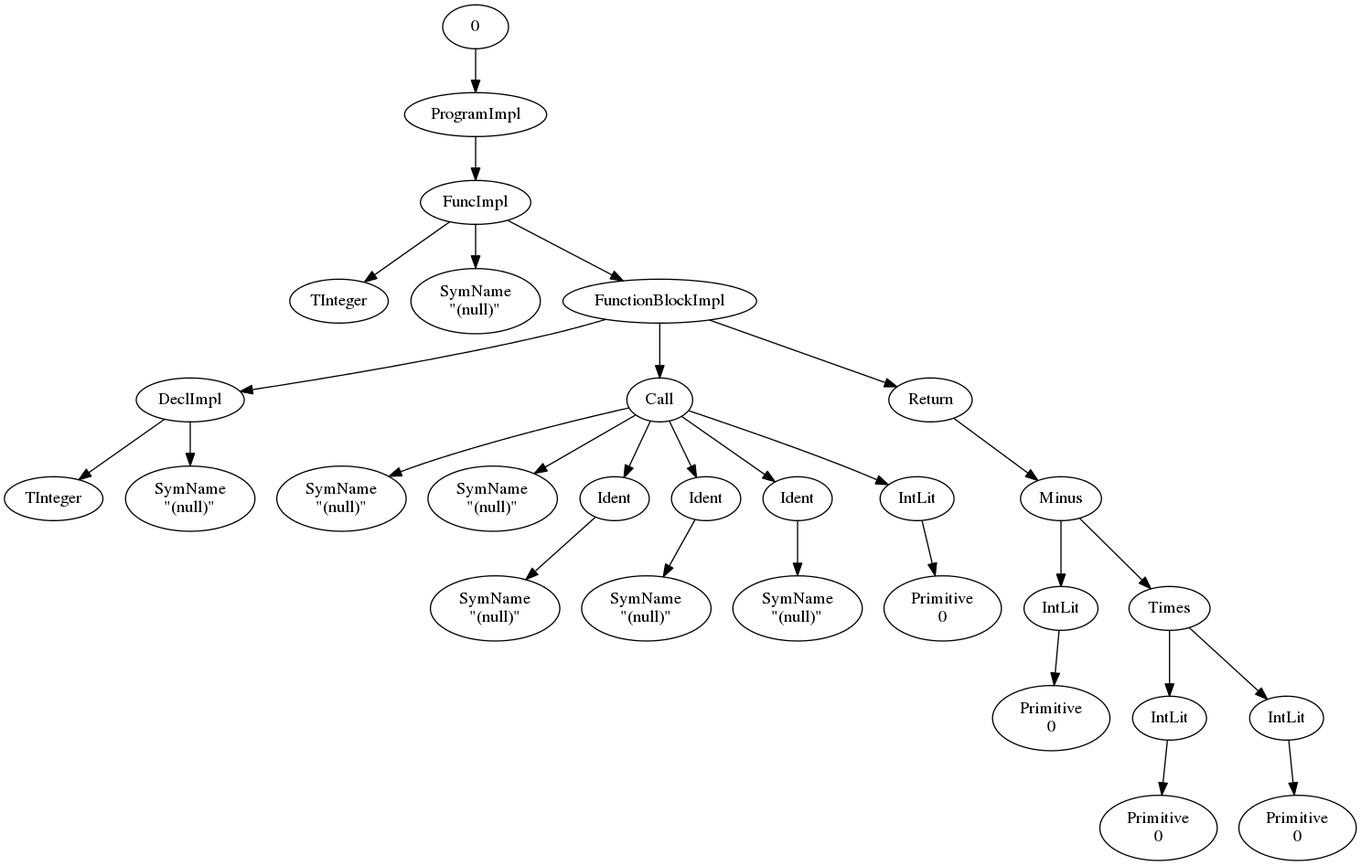
Before: ast/testProgram.png, a diagram exported from Graphviz (drewtaylors/cs160). Its source is kept beside it as ast/testProgram.dot.
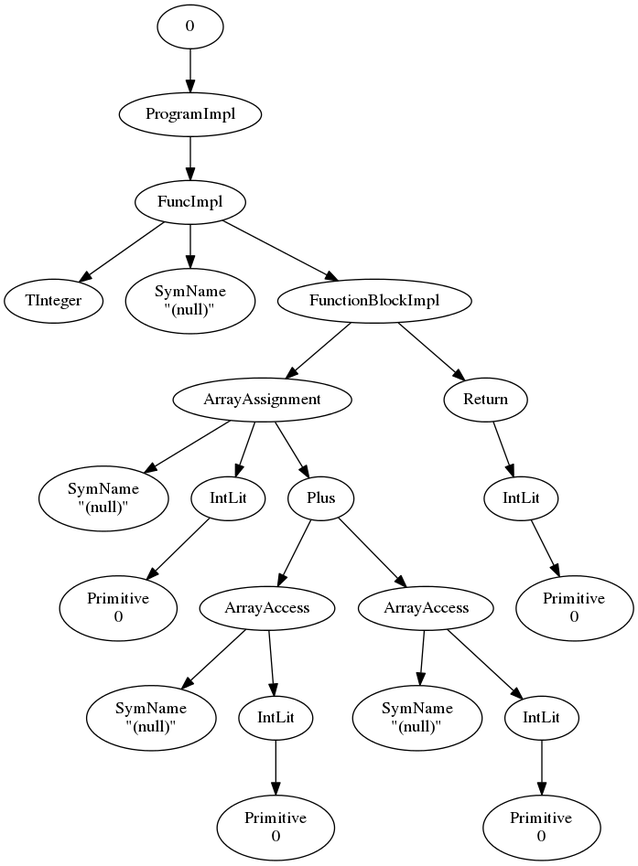
After the change.

The edit, as a diff of the source:
```diff
@@ -10,49 +10,35 @@
 "2" -> "5"
 "5" [label="FunctionBlockImpl"]
 "5" -> "6"
-"6" [label="DeclImpl"]
+"6" [label="ArrayAssignment"]
 "6" -> "7"
-"7" [label="TInteger"]
+"7" [label="SymName\n\"(null)\""]
 "6" -> "8"
-"8" [label="SymName\n\"(null)\""]
-"5" -> "9"
-"9" [label="Call"]
-"9" -> "10"
-"10" [label="SymName\n\"(null)\""]
-"9" -> "11"
-"11" [label="SymName\n\"(null)\""]
-"9" -> "12"
-"12" [label="Ident"]
-"12" -> "13"
-"13" [label="SymName\n\"(null)\""]
-"9" -> "14"
-"14" [label="Ident"]
-"14" -> "15"
-"15" [label="SymName\n\"(null)\""]
-"9" -> "16"
-"16" [label="Ident"]
-"16" -> "17"
-"17" [label="SymName\n\"(null)\""]
-"9" -> "18"
-"18" [label="IntLit"]
-"18" -> "19"
-"19" [label="Primitive\n0"]
-"5" -> "20"
-"20" [label="Return"]
+"8" [label="IntLit"]
+"8" -> "9"
+"9" [label="Primitive\n0"]
+"6" -> "10"
+"10" [label="Plus"]
+"10" -> "11"
+"11" [label="ArrayAccess"]
+"11" -> "12"
+"12" [label="SymName\n\"(null)\""]
+"11" -> "13"
+"13" [label="IntLit"]
+"13" -> "14"
+"14" [label="Primitive\n0"]
+"10" -> "15"
+"15" [label="ArrayAccess"]
+"15" -> "16"
+"16" [label="SymName\n\"(null)\""]
+"15" -> "17"
+"17" [label="IntLit"]
+"17" -> "18"
+"18" [label="Primitive\n0"]
+"5" -> "19"
+"19" [label="Return"]
+"19" -> "20"
+"20" [label="IntLit"]
 "20" -> "21"
-"21" [label="Minus"]
-"21" -> "22"
-"22" [label="IntLit"]
-"22" -> "23"
-"23" [label="Primitive\n0"]
-"21" -> "24"
-"24" [label="Times"]
-"24" -> "25"
-"25" [label="IntLit"]
-"25" -> "26"
-"26" [label="Primitive\n0"]
-"24" -> "27"
-"27" [label="IntLit"]
-"27" -> "28"
-"28" [label="Primitive\n0"]
+"21" [label="Primitive\n0"]
 };
```
